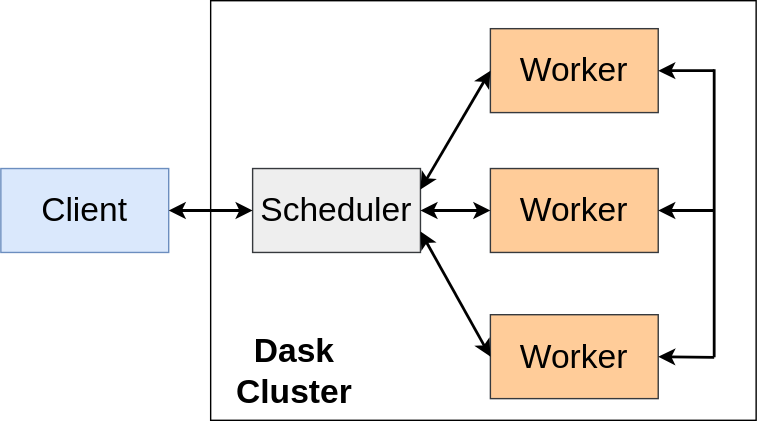
godaai/scale-py-zh keeps this draw.io diagram as img/ch-dask/dask-distributed.svg. Above is the earlier version. Source tidied: cells renumbered, new cells last; positions are measured from the earlier drawing's top-left corner, leaving out a move shared by most shapes. Its diagram source:
```xml
<mxGraphModel>
  <root>
    <mxCell id="0" />
    <mxCell id="1" parent="0" />
    <mxCell id="2" style="rounded=0;whiteSpace=wrap;html=1;fontFamily=Helvetica;fontSize=24;fillColor=none;" parent="1" vertex="1">
      <mxGeometry x="150" width="390" height="300" as="geometry" />
    </mxCell>
    <mxCell id="3" value="&lt;font style=&quot;font-size: 24px;&quot;&gt;Client&lt;/font&gt;" style="rounded=0;whiteSpace=wrap;html=1;fillColor=#dae8fc;strokeColor=#6c8ebf;" parent="1" vertex="1">
      <mxGeometry y="120" width="120" height="60" as="geometry" />
    </mxCell>
    <mxCell id="4" value="Scheduler" style="rounded=0;whiteSpace=wrap;html=1;fontSize=24;fillColor=#eeeeee;strokeColor=#36393d;" parent="1" vertex="1">
      <mxGeometry x="180" y="120" width="120" height="60" as="geometry" />
    </mxCell>
    <mxCell id="5" value="Worker" style="rounded=0;whiteSpace=wrap;html=1;fontSize=24;fillColor=#ffcc99;strokeColor=#36393d;" parent="1" vertex="1">
      <mxGeometry x="350" y="20" width="120" height="60" as="geometry" />
    </mxCell>
    <mxCell id="6" value="Worker" style="rounded=0;whiteSpace=wrap;html=1;fontSize=24;fillColor=#ffcc99;strokeColor=#36393d;" parent="1" vertex="1">
      <mxGeometry x="350" y="120" width="120" height="60" as="geometry" />
    </mxCell>
    <mxCell id="7" value="Worker" style="rounded=0;whiteSpace=wrap;html=1;fontSize=24;fillColor=#ffcc99;strokeColor=#36393d;" parent="1" vertex="1">
      <mxGeometry x="350" y="224.5" width="120" height="60" as="geometry" />
    </mxCell>
    <mxCell id="8" value="&lt;b&gt;Dask Cluster&lt;/b&gt;" style="text;html=1;strokeColor=none;fillColor=none;align=center;verticalAlign=middle;whiteSpace=wrap;rounded=0;fontFamily=Helvetica;fontSize=24;" parent="1" vertex="1">
      <mxGeometry x="160" y="240" width="100" height="50" as="geometry" />
    </mxCell>
    <mxCell id="9" style="endArrow=classic;startArrow=classic;html=1;rounded=0;fontFamily=Helvetica;fontSize=24;exitX=1;exitY=0.25;exitDx=0;exitDy=0;entryX=0;entryY=0.5;entryDx=0;entryDy=0;strokeWidth=2;" parent="1" edge="1" source="4" target="5">
      <mxGeometry relative="1" as="geometry" />
    </mxCell>
    <mxCell id="10" style="endArrow=classic;startArrow=classic;html=1;rounded=0;fontFamily=Helvetica;fontSize=24;exitX=1;exitY=0.5;exitDx=0;exitDy=0;entryX=0;entryY=0.5;entryDx=0;entryDy=0;strokeWidth=2;" parent="1" edge="1" source="4" target="6">
      <mxGeometry relative="1" as="geometry" />
    </mxCell>
    <mxCell id="11" style="endArrow=classic;startArrow=classic;html=1;rounded=0;fontFamily=Helvetica;fontSize=24;exitX=1;exitY=0.75;exitDx=0;exitDy=0;entryX=0;entryY=0.5;entryDx=0;entryDy=0;strokeWidth=2;" parent="1" edge="1" source="4" target="7">
      <mxGeometry relative="1" as="geometry" />
    </mxCell>
    <mxCell id="12" style="endArrow=classic;startArrow=classic;html=1;rounded=0;fontFamily=Helvetica;fontSize=24;entryX=0;entryY=0.5;entryDx=0;entryDy=0;exitX=1;exitY=0.5;exitDx=0;exitDy=0;strokeWidth=2;" parent="1" edge="1" source="3" target="4">
      <mxGeometry relative="1" as="geometry" />
    </mxCell>
    <mxCell id="13" style="endArrow=none;html=1;rounded=0;strokeWidth=2;fontFamily=Helvetica;fontSize=18;" parent="1" edge="1">
      <mxGeometry relative="1" as="geometry">
        <mxPoint x="510" y="255" as="sourcePoint" />
        <mxPoint x="510" y="49" as="targetPoint" />
      </mxGeometry>
    </mxCell>
    <mxCell id="14" style="endArrow=classic;html=1;rounded=0;strokeWidth=2;fontFamily=Helvetica;fontSize=18;entryX=1;entryY=0.5;entryDx=0;entryDy=0;" parent="1" edge="1" target="5">
      <mxGeometry relative="1" as="geometry">
        <mxPoint x="510" y="50" as="sourcePoint" />
      </mxGeometry>
    </mxCell>
    <mxCell id="15" style="endArrow=classic;html=1;rounded=0;strokeWidth=2;fontFamily=Helvetica;fontSize=18;entryX=1;entryY=0.5;entryDx=0;entryDy=0;" parent="1" edge="1" target="6">
      <mxGeometry relative="1" as="geometry">
        <mxPoint x="510" y="150" as="sourcePoint" />
      </mxGeometry>
    </mxCell>
    <mxCell id="16" style="endArrow=classic;html=1;rounded=0;strokeWidth=2;fontFamily=Helvetica;fontSize=18;entryX=1;entryY=0.5;entryDx=0;entryDy=0;" parent="1" edge="1" target="7">
      <mxGeometry relative="1" as="geometry">
        <mxPoint x="510" y="255" as="sourcePoint" />
      </mxGeometry>
    </mxCell>
  </root>
</mxGraphModel>
```
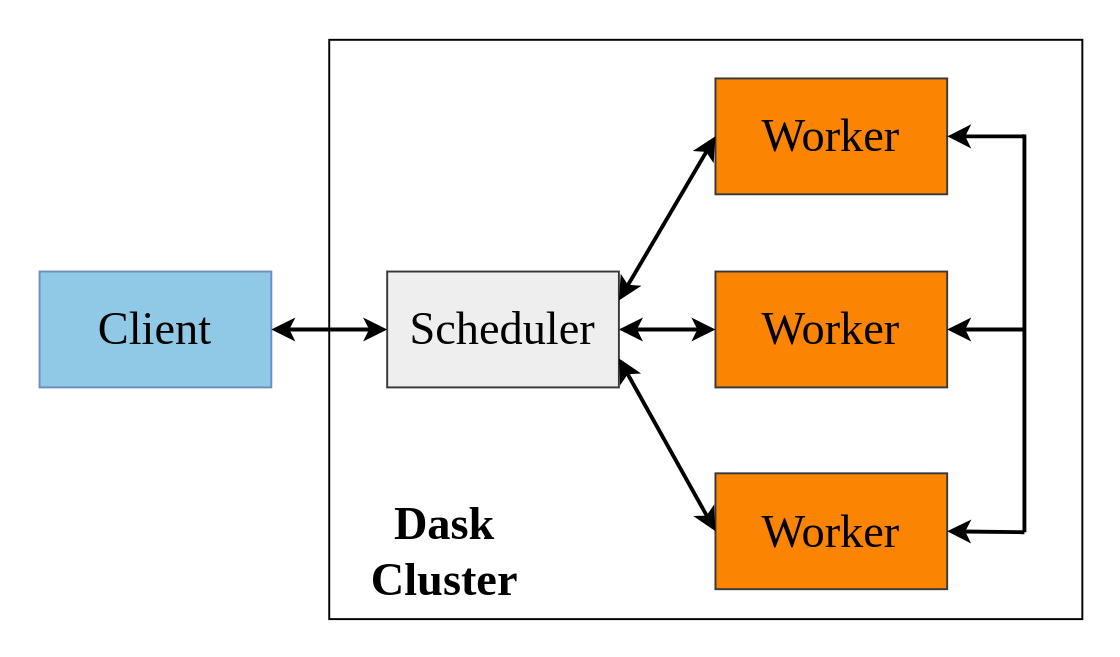
Later version of the same file.

The edit, as a diff of the source:
```diff
@@ -2,56 +2,59 @@
   <root>
     <mxCell id="0" />
     <mxCell id="1" parent="0" />
+    <mxCell id="17" style="rounded=0;whiteSpace=wrap;html=1;strokeColor=none;fillColor=none;" parent="1" vertex="1">
+      <mxGeometry x="-20" y="-20" width="580" height="340" as="geometry" />
+    </mxCell>
-    <mxCell id="2" style="rounded=0;whiteSpace=wrap;html=1;fontFamily=Helvetica;fontSize=24;fillColor=none;" parent="1" vertex="1">
+    <mxCell id="2" style="rounded=0;whiteSpace=wrap;html=1;fontFamily=Times New Roman;fontSize=24;fillColor=none;" parent="1" vertex="1">
       <mxGeometry x="150" width="390" height="300" as="geometry" />
     </mxCell>
-    <mxCell id="3" value="&lt;font style=&quot;font-size: 24px;&quot;&gt;Client&lt;/font&gt;" style="rounded=0;whiteSpace=wrap;html=1;fillColor=#dae8fc;strokeColor=#6c8ebf;" parent="1" vertex="1">
+    <mxCell id="3" value="&lt;font style=&quot;font-size: 24px;&quot;&gt;Client&lt;/font&gt;" style="rounded=0;whiteSpace=wrap;html=1;fillColor=#90C9E6;strokeColor=#6c8ebf;fontFamily=Times New Roman;" parent="1" vertex="1">
       <mxGeometry y="120" width="120" height="60" as="geometry" />
     </mxCell>
-    <mxCell id="4" value="Scheduler" style="rounded=0;whiteSpace=wrap;html=1;fontSize=24;fillColor=#eeeeee;strokeColor=#36393d;" parent="1" vertex="1">
+    <mxCell id="4" value="Scheduler" style="rounded=0;whiteSpace=wrap;html=1;fontSize=24;fillColor=#eeeeee;strokeColor=#36393d;fontFamily=Times New Roman;" parent="1" vertex="1">
       <mxGeometry x="180" y="120" width="120" height="60" as="geometry" />
     </mxCell>
-    <mxCell id="5" value="Worker" style="rounded=0;whiteSpace=wrap;html=1;fontSize=24;fillColor=#ffcc99;strokeColor=#36393d;" parent="1" vertex="1">
+    <mxCell id="5" value="Worker" style="rounded=0;whiteSpace=wrap;html=1;fontSize=24;fillColor=#FB8402;strokeColor=#36393d;fontFamily=Times New Roman;" parent="1" vertex="1">
       <mxGeometry x="350" y="20" width="120" height="60" as="geometry" />
     </mxCell>
-    <mxCell id="6" value="Worker" style="rounded=0;whiteSpace=wrap;html=1;fontSize=24;fillColor=#ffcc99;strokeColor=#36393d;" parent="1" vertex="1">
+    <mxCell id="6" value="Worker" style="rounded=0;whiteSpace=wrap;html=1;fontSize=24;fillColor=#FB8402;strokeColor=#36393d;fontFamily=Times New Roman;" parent="1" vertex="1">
       <mxGeometry x="350" y="120" width="120" height="60" as="geometry" />
     </mxCell>
-    <mxCell id="7" value="Worker" style="rounded=0;whiteSpace=wrap;html=1;fontSize=24;fillColor=#ffcc99;strokeColor=#36393d;" parent="1" vertex="1">
+    <mxCell id="7" value="Worker" style="rounded=0;whiteSpace=wrap;html=1;fontSize=24;fillColor=#FB8402;strokeColor=#36393d;fontFamily=Times New Roman;" parent="1" vertex="1">
       <mxGeometry x="350" y="224.5" width="120" height="60" as="geometry" />
     </mxCell>
-    <mxCell id="8" value="&lt;b&gt;Dask Cluster&lt;/b&gt;" style="text;html=1;strokeColor=none;fillColor=none;align=center;verticalAlign=middle;whiteSpace=wrap;rounded=0;fontFamily=Helvetica;fontSize=24;" parent="1" vertex="1">
+    <mxCell id="8" value="&lt;b&gt;Dask Cluster&lt;/b&gt;" style="text;html=1;strokeColor=none;fillColor=none;align=center;verticalAlign=middle;whiteSpace=wrap;rounded=0;fontFamily=Times New Roman;fontSize=24;" parent="1" vertex="1">
       <mxGeometry x="160" y="240" width="100" height="50" as="geometry" />
     </mxCell>
-    <mxCell id="9" style="endArrow=classic;startArrow=classic;html=1;rounded=0;fontFamily=Helvetica;fontSize=24;exitX=1;exitY=0.25;exitDx=0;exitDy=0;entryX=0;entryY=0.5;entryDx=0;entryDy=0;strokeWidth=2;" parent="1" edge="1" source="4" target="5">
+    <mxCell id="9" style="endArrow=classic;startArrow=classic;html=1;rounded=0;fontFamily=Times New Roman;fontSize=24;exitX=1;exitY=0.25;exitDx=0;exitDy=0;entryX=0;entryY=0.5;entryDx=0;entryDy=0;strokeWidth=2;" parent="1" edge="1" source="4" target="5">
       <mxGeometry relative="1" as="geometry" />
     </mxCell>
-    <mxCell id="10" style="endArrow=classic;startArrow=classic;html=1;rounded=0;fontFamily=Helvetica;fontSize=24;exitX=1;exitY=0.5;exitDx=0;exitDy=0;entryX=0;entryY=0.5;entryDx=0;entryDy=0;strokeWidth=2;" parent="1" edge="1" source="4" target="6">
+    <mxCell id="10" style="endArrow=classic;startArrow=classic;html=1;rounded=0;fontFamily=Times New Roman;fontSize=24;exitX=1;exitY=0.5;exitDx=0;exitDy=0;entryX=0;entryY=0.5;entryDx=0;entryDy=0;strokeWidth=2;" parent="1" edge="1" source="4" target="6">
       <mxGeometry relative="1" as="geometry" />
     </mxCell>
-    <mxCell id="11" style="endArrow=classic;startArrow=classic;html=1;rounded=0;fontFamily=Helvetica;fontSize=24;exitX=1;exitY=0.75;exitDx=0;exitDy=0;entryX=0;entryY=0.5;entryDx=0;entryDy=0;strokeWidth=2;" parent="1" edge="1" source="4" target="7">
+    <mxCell id="11" style="endArrow=classic;startArrow=classic;html=1;rounded=0;fontFamily=Times New Roman;fontSize=24;exitX=1;exitY=0.75;exitDx=0;exitDy=0;entryX=0;entryY=0.5;entryDx=0;entryDy=0;strokeWidth=2;" parent="1" edge="1" source="4" target="7">
       <mxGeometry relative="1" as="geometry" />
     </mxCell>
-    <mxCell id="12" style="endArrow=classic;startArrow=classic;html=1;rounded=0;fontFamily=Helvetica;fontSize=24;entryX=0;entryY=0.5;entryDx=0;entryDy=0;exitX=1;exitY=0.5;exitDx=0;exitDy=0;strokeWidth=2;" parent="1" edge="1" source="3" target="4">
+    <mxCell id="12" style="endArrow=classic;startArrow=classic;html=1;rounded=0;fontFamily=Times New Roman;fontSize=24;entryX=0;entryY=0.5;entryDx=0;entryDy=0;exitX=1;exitY=0.5;exitDx=0;exitDy=0;strokeWidth=2;" parent="1" edge="1" source="3" target="4">
       <mxGeometry relative="1" as="geometry" />
     </mxCell>
-    <mxCell id="13" style="endArrow=none;html=1;rounded=0;strokeWidth=2;fontFamily=Helvetica;fontSize=18;" parent="1" edge="1">
+    <mxCell id="13" style="endArrow=none;html=1;rounded=0;strokeWidth=2;fontFamily=Times New Roman;fontSize=18;" parent="1" edge="1">
       <mxGeometry relative="1" as="geometry">
         <mxPoint x="510" y="255" as="sourcePoint" />
         <mxPoint x="510" y="49" as="targetPoint" />
       </mxGeometry>
     </mxCell>
-    <mxCell id="14" style="endArrow=classic;html=1;rounded=0;strokeWidth=2;fontFamily=Helvetica;fontSize=18;entryX=1;entryY=0.5;entryDx=0;entryDy=0;" parent="1" edge="1" target="5">
+    <mxCell id="14" style="endArrow=classic;html=1;rounded=0;strokeWidth=2;fontFamily=Times New Roman;fontSize=18;entryX=1;entryY=0.5;entryDx=0;entryDy=0;" parent="1" edge="1" target="5">
       <mxGeometry relative="1" as="geometry">
         <mxPoint x="510" y="50" as="sourcePoint" />
       </mxGeometry>
     </mxCell>
-    <mxCell id="15" style="endArrow=classic;html=1;rounded=0;strokeWidth=2;fontFamily=Helvetica;fontSize=18;entryX=1;entryY=0.5;entryDx=0;entryDy=0;" parent="1" edge="1" target="6">
+    <mxCell id="15" style="endArrow=classic;html=1;rounded=0;strokeWidth=2;fontFamily=Times New Roman;fontSize=18;entryX=1;entryY=0.5;entryDx=0;entryDy=0;" parent="1" edge="1" target="6">
       <mxGeometry relative="1" as="geometry">
         <mxPoint x="510" y="150" as="sourcePoint" />
       </mxGeometry>
     </mxCell>
-    <mxCell id="16" style="endArrow=classic;html=1;rounded=0;strokeWidth=2;fontFamily=Helvetica;fontSize=18;entryX=1;entryY=0.5;entryDx=0;entryDy=0;" parent="1" edge="1" target="7">
+    <mxCell id="16" style="endArrow=classic;html=1;rounded=0;strokeWidth=2;fontFamily=Times New Roman;fontSize=18;entryX=1;entryY=0.5;entryDx=0;entryDy=0;" parent="1" edge="1" target="7">
       <mxGeometry relative="1" as="geometry">
         <mxPoint x="510" y="255" as="sourcePoint" />
       </mxGeometry>
```
